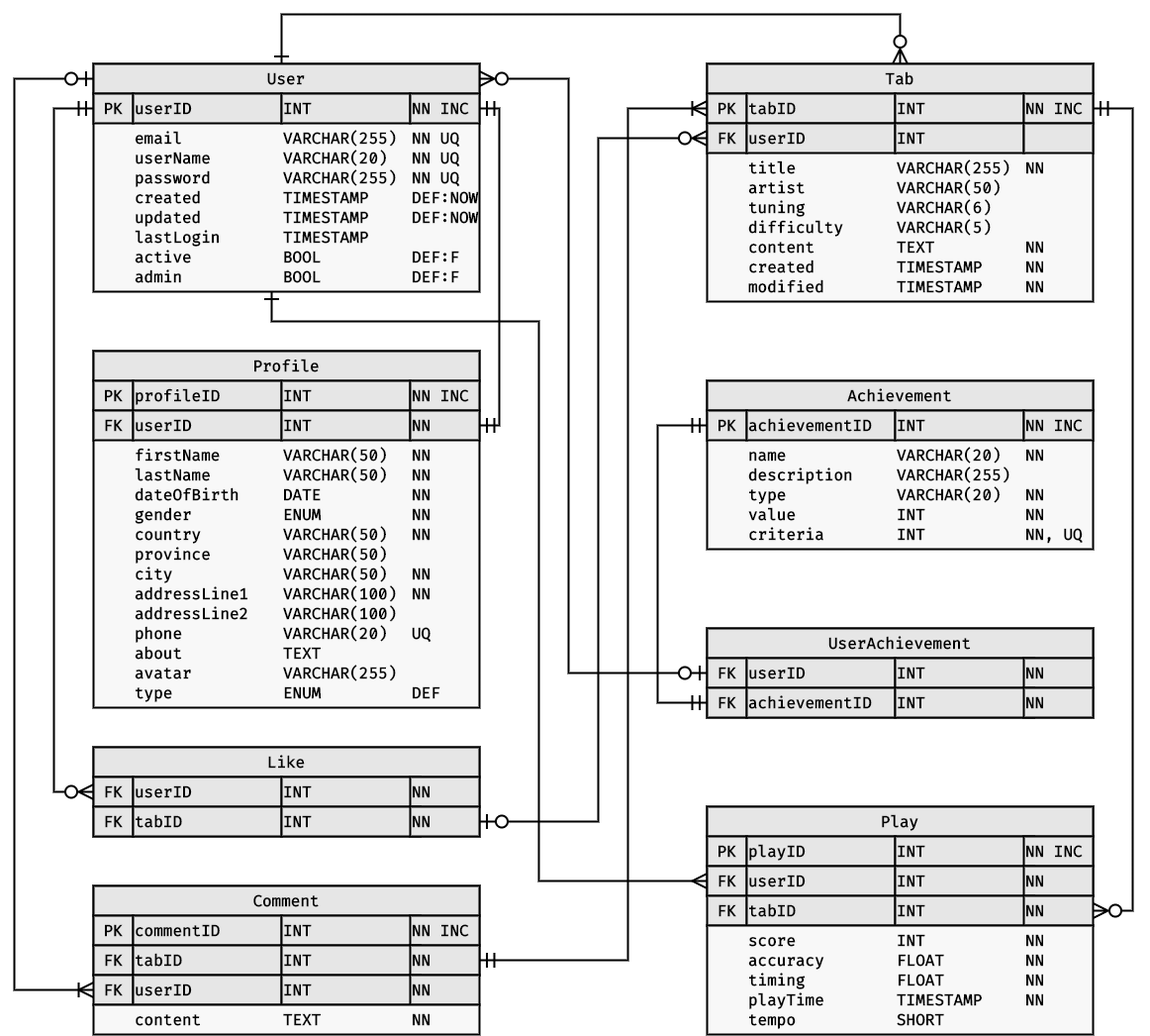
This is Images/Diagrams/ER.png from tschiboka/RiffMaster, a draw.io export, as it was before one commit. Source tidied: cells renumbered, new cells last; positions are measured from the earlier drawing's top-left corner, leaving out a move shared by most shapes.
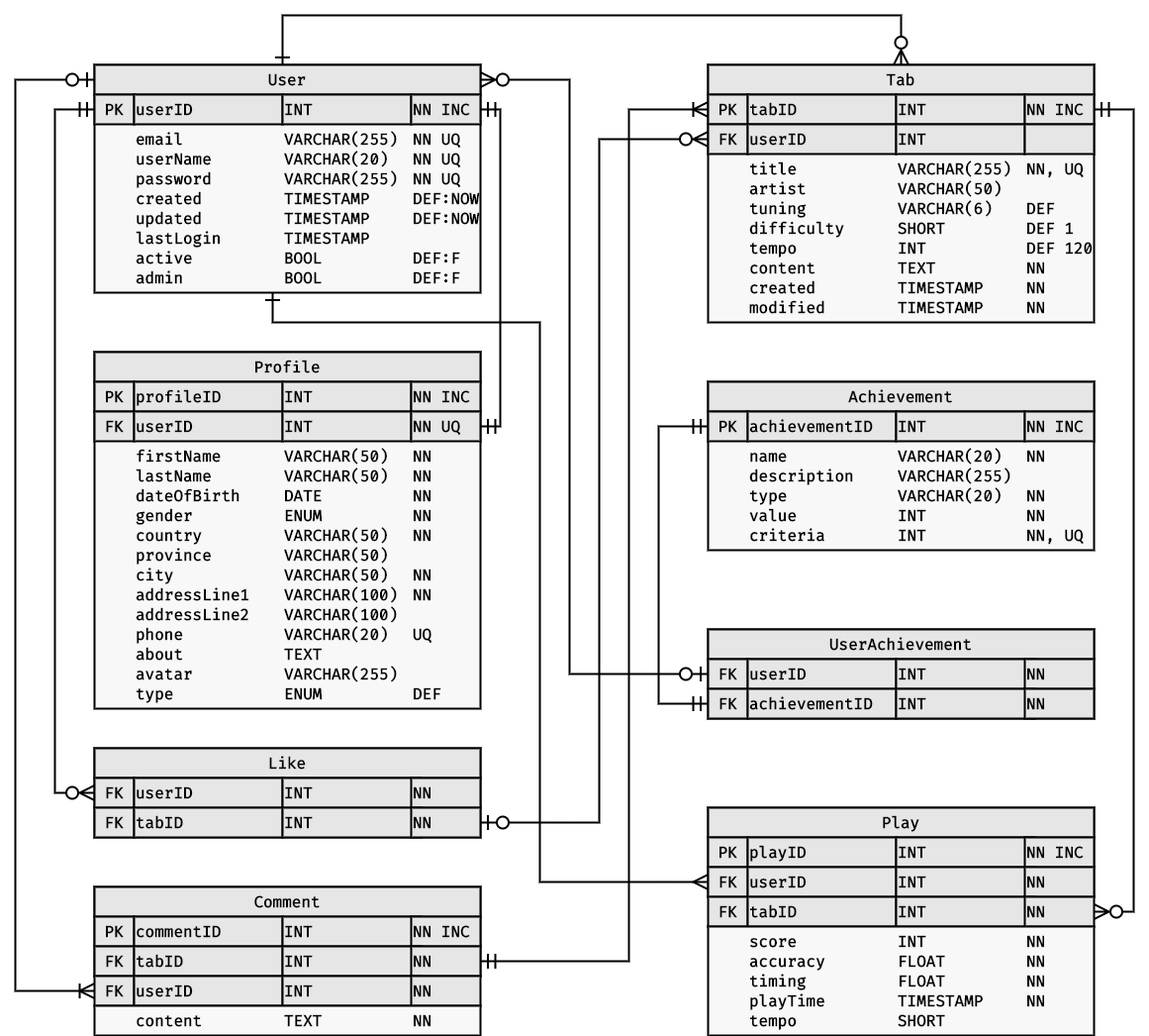
The same file after the commit.

What changed in the source:
```diff
@@ -159,7 +159,7 @@
     <mxCell id="45" value="INT" style="rounded=0;whiteSpace=wrap;html=1;fillColor=#E6E6E6;fontSize=16;fontFamily=Fira Code;fontSource=https%3A%2F%2Ffonts.googleapis.com%2Fcss%3Ffamily%3DFira%2BCode;fontStyle=1;strokeWidth=2;align=left;" parent="1" vertex="1">
       <mxGeometry x="270" y="400" width="130" height="30" as="geometry" />
     </mxCell>
-    <mxCell id="46" value="NN" style="rounded=0;whiteSpace=wrap;html=1;fillColor=#E6E6E6;fontSize=16;fontFamily=Fira Code;fontSource=https%3A%2F%2Ffonts.googleapis.com%2Fcss%3Ffamily%3DFira%2BCode;fontStyle=1;strokeWidth=2;align=left;" parent="1" vertex="1">
+    <mxCell id="46" value="NN UQ" style="rounded=0;whiteSpace=wrap;html=1;fillColor=#E6E6E6;fontSize=16;fontFamily=Fira Code;fontSource=https%3A%2F%2Ffonts.googleapis.com%2Fcss%3Ffamily%3DFira%2BCode;fontStyle=1;strokeWidth=2;align=left;" parent="1" vertex="1">
       <mxGeometry x="400" y="400" width="70" height="30" as="geometry" />
     </mxCell>
     <mxCell id="47" value="dateOfBirth" style="rounded=0;whiteSpace=wrap;html=1;fillColor=none;fontSize=16;fontFamily=Fira Code;fontSource=https%3A%2F%2Ffonts.googleapis.com%2Fcss%3Ffamily%3DFira%2BCode;fontStyle=1;strokeWidth=2;strokeColor=none;align=left;" parent="1" vertex="1">
@@ -238,7 +238,7 @@
       <mxGeometry x="400" y="610" width="70" height="30" as="geometry" />
     </mxCell>
     <mxCell id="72" style="rounded=0;whiteSpace=wrap;html=1;strokeWidth=2;fillColor=#f8f8f8;" parent="1" vertex="1">
-      <mxGeometry x="700" y="50" width="390" height="240" as="geometry" />
+      <mxGeometry x="700" y="50" width="390" height="260" as="geometry" />
     </mxCell>
     <mxCell id="73" value="Tab" style="rounded=0;whiteSpace=wrap;html=1;fillColor=#E6E6E6;fontSize=16;fontFamily=Fira Code;fontSource=https%3A%2F%2Ffonts.googleapis.com%2Fcss%3Ffamily%3DFira%2BCode;fontStyle=1;strokeWidth=2;" parent="1" vertex="1">
       <mxGeometry x="700" y="50" width="390" height="30" as="geometry" />
@@ -289,7 +289,7 @@
     <mxCell id="85" value="VARCHAR(255)" style="rounded=0;whiteSpace=wrap;html=1;fillColor=none;fontSize=16;fontFamily=Fira Code;fontSource=https%3A%2F%2Ffonts.googleapis.com%2Fcss%3Ffamily%3DFira%2BCode;fontStyle=1;strokeWidth=2;strokeColor=none;align=left;" parent="1" vertex="1">
       <mxGeometry x="890" y="140" width="130" height="30" as="geometry" />
     </mxCell>
-    <mxCell id="86" value="NN" style="rounded=0;whiteSpace=wrap;html=1;fillColor=none;fontSize=16;fontFamily=Fira Code;fontSource=https%3A%2F%2Ffonts.googleapis.com%2Fcss%3Ffamily%3DFira%2BCode;fontStyle=1;strokeWidth=2;strokeColor=none;align=left;" parent="1" vertex="1">
+    <mxCell id="86" value="NN, UQ" style="rounded=0;whiteSpace=wrap;html=1;fillColor=none;fontSize=16;fontFamily=Fira Code;fontSource=https%3A%2F%2Ffonts.googleapis.com%2Fcss%3Ffamily%3DFira%2BCode;fontStyle=1;strokeWidth=2;strokeColor=none;align=left;" parent="1" vertex="1">
       <mxGeometry x="1020" y="140" width="70" height="30" as="geometry" />
     </mxCell>
     <mxCell id="87" value="artist" style="rounded=0;whiteSpace=wrap;html=1;fillColor=none;fontSize=16;fontFamily=Fira Code;fontSource=https%3A%2F%2Ffonts.googleapis.com%2Fcss%3Ffamily%3DFira%2BCode;fontStyle=1;strokeWidth=2;strokeColor=none;align=left;" parent="1" vertex="1">
@@ -307,35 +307,35 @@
     <mxCell id="91" value="difficulty" style="rounded=0;whiteSpace=wrap;html=1;fillColor=none;fontSize=16;fontFamily=Fira Code;fontSource=https%3A%2F%2Ffonts.googleapis.com%2Fcss%3Ffamily%3DFira%2BCode;fontStyle=1;strokeWidth=2;strokeColor=none;align=left;" parent="1" vertex="1">
       <mxGeometry x="740" y="200" width="150" height="30" as="geometry" />
     </mxCell>
-    <mxCell id="92" value="VARCHAR(5)" style="rounded=0;whiteSpace=wrap;html=1;fillColor=none;fontSize=16;fontFamily=Fira Code;fontSource=https%3A%2F%2Ffonts.googleapis.com%2Fcss%3Ffamily%3DFira%2BCode;fontStyle=1;strokeWidth=2;strokeColor=none;align=left;" parent="1" vertex="1">
+    <mxCell id="92" value="SHORT" style="rounded=0;whiteSpace=wrap;html=1;fillColor=none;fontSize=16;fontFamily=Fira Code;fontSource=https%3A%2F%2Ffonts.googleapis.com%2Fcss%3Ffamily%3DFira%2BCode;fontStyle=1;strokeWidth=2;strokeColor=none;align=left;" parent="1" vertex="1">
       <mxGeometry x="890" y="200" width="130" height="30" as="geometry" />
     </mxCell>
     <mxCell id="93" value="content" style="rounded=0;whiteSpace=wrap;html=1;fillColor=none;fontSize=16;fontFamily=Fira Code;fontSource=https%3A%2F%2Ffonts.googleapis.com%2Fcss%3Ffamily%3DFira%2BCode;fontStyle=1;strokeWidth=2;strokeColor=none;align=left;" parent="1" vertex="1">
-      <mxGeometry x="740" y="220" width="150" height="30" as="geometry" />
+      <mxGeometry x="740" y="240" width="150" height="30" as="geometry" />
     </mxCell>
     <mxCell id="94" value="TEXT" style="rounded=0;whiteSpace=wrap;html=1;fillColor=none;fontSize=16;fontFamily=Fira Code;fontSource=https%3A%2F%2Ffonts.googleapis.com%2Fcss%3Ffamily%3DFira%2BCode;fontStyle=1;strokeWidth=2;strokeColor=none;align=left;" parent="1" vertex="1">
-      <mxGeometry x="890" y="220" width="130" height="30" as="geometry" />
+      <mxGeometry x="890" y="240" width="130" height="30" as="geometry" />
     </mxCell>
     <mxCell id="95" value="NN" style="rounded=0;whiteSpace=wrap;html=1;fillColor=none;fontSize=16;fontFamily=Fira Code;fontSource=https%3A%2F%2Ffonts.googleapis.com%2Fcss%3Ffamily%3DFira%2BCode;fontStyle=1;strokeWidth=2;strokeColor=none;align=left;" parent="1" vertex="1">
-      <mxGeometry x="1020" y="220" width="70" height="30" as="geometry" />
+      <mxGeometry x="1020" y="240" width="70" height="30" as="geometry" />
     </mxCell>
     <mxCell id="96" value="created" style="rounded=0;whiteSpace=wrap;html=1;fillColor=none;fontSize=16;fontFamily=Fira Code;fontSource=https%3A%2F%2Ffonts.googleapis.com%2Fcss%3Ffamily%3DFira%2BCode;fontStyle=1;strokeWidth=2;strokeColor=none;align=left;" parent="1" vertex="1">
-      <mxGeometry x="740" y="240" width="150" height="30" as="geometry" />
+      <mxGeometry x="740" y="260" width="150" height="30" as="geometry" />
     </mxCell>
     <mxCell id="97" value="TIMESTAMP" style="rounded=0;whiteSpace=wrap;html=1;fillColor=none;fontSize=16;fontFamily=Fira Code;fontSource=https%3A%2F%2Ffonts.googleapis.com%2Fcss%3Ffamily%3DFira%2BCode;fontStyle=1;strokeWidth=2;strokeColor=none;align=left;" parent="1" vertex="1">
-      <mxGeometry x="890" y="240" width="130" height="30" as="geometry" />
+      <mxGeometry x="890" y="260" width="130" height="30" as="geometry" />
     </mxCell>
     <mxCell id="98" value="NN" style="rounded=0;whiteSpace=wrap;html=1;fillColor=none;fontSize=16;fontFamily=Fira Code;fontSource=https%3A%2F%2Ffonts.googleapis.com%2Fcss%3Ffamily%3DFira%2BCode;fontStyle=1;strokeWidth=2;strokeColor=none;align=left;" parent="1" vertex="1">
-      <mxGeometry x="1020" y="240" width="70" height="30" as="geometry" />
+      <mxGeometry x="1020" y="260" width="70" height="30" as="geometry" />
     </mxCell>
     <mxCell id="99" value="modified" style="rounded=0;whiteSpace=wrap;html=1;fillColor=none;fontSize=16;fontFamily=Fira Code;fontSource=https%3A%2F%2Ffonts.googleapis.com%2Fcss%3Ffamily%3DFira%2BCode;fontStyle=1;strokeWidth=2;strokeColor=none;align=left;" parent="1" vertex="1">
-      <mxGeometry x="740" y="260" width="150" height="30" as="geometry" />
+      <mxGeometry x="740" y="280" width="150" height="30" as="geometry" />
     </mxCell>
     <mxCell id="100" value="TIMESTAMP" style="rounded=0;whiteSpace=wrap;html=1;fillColor=none;fontSize=16;fontFamily=Fira Code;fontSource=https%3A%2F%2Ffonts.googleapis.com%2Fcss%3Ffamily%3DFira%2BCode;fontStyle=1;strokeWidth=2;strokeColor=none;align=left;" parent="1" vertex="1">
-      <mxGeometry x="890" y="260" width="130" height="30" as="geometry" />
+      <mxGeometry x="890" y="280" width="130" height="30" as="geometry" />
     </mxCell>
     <mxCell id="101" value="NN" style="rounded=0;whiteSpace=wrap;html=1;fillColor=none;fontSize=16;fontFamily=Fira Code;fontSource=https%3A%2F%2Ffonts.googleapis.com%2Fcss%3Ffamily%3DFira%2BCode;fontStyle=1;strokeWidth=2;strokeColor=none;align=left;" parent="1" vertex="1">
-      <mxGeometry x="1020" y="260" width="70" height="30" as="geometry" />
+      <mxGeometry x="1020" y="280" width="70" height="30" as="geometry" />
     </mxCell>
     <mxCell id="102" style="rounded=0;whiteSpace=wrap;html=1;strokeWidth=2;fillColor=#f8f8f8;" parent="1" vertex="1">
       <mxGeometry x="700" y="370" width="390" height="170" as="geometry" />
@@ -651,5 +651,20 @@
     <mxCell id="200" value="DEF" style="rounded=0;whiteSpace=wrap;html=1;fillColor=none;fontSize=16;fontFamily=Fira Code;fontSource=https%3A%2F%2Ffonts.googleapis.com%2Fcss%3Ffamily%3DFira%2BCode;fontStyle=1;strokeWidth=2;strokeColor=none;align=left;" parent="1" vertex="1">
       <mxGeometry x="400" y="670" width="70" height="30" as="geometry" />
     </mxCell>
+    <mxCell id="201" value="DEF 1" style="rounded=0;whiteSpace=wrap;html=1;fillColor=none;fontSize=16;fontFamily=Fira Code;fontSource=https%3A%2F%2Ffonts.googleapis.com%2Fcss%3Ffamily%3DFira%2BCode;fontStyle=1;strokeWidth=2;strokeColor=none;align=left;" parent="1" vertex="1">
+      <mxGeometry x="1020" y="200" width="70" height="30" as="geometry" />
+    </mxCell>
+    <mxCell id="202" value="tempo" style="rounded=0;whiteSpace=wrap;html=1;fillColor=none;fontSize=16;fontFamily=Fira Code;fontSource=https%3A%2F%2Ffonts.googleapis.com%2Fcss%3Ffamily%3DFira%2BCode;fontStyle=1;strokeWidth=2;strokeColor=none;align=left;" parent="1" vertex="1">
+      <mxGeometry x="740" y="220" width="150" height="30" as="geometry" />
+    </mxCell>
+    <mxCell id="203" value="INT" style="rounded=0;whiteSpace=wrap;html=1;fillColor=none;fontSize=16;fontFamily=Fira Code;fontSource=https%3A%2F%2Ffonts.googleapis.com%2Fcss%3Ffamily%3DFira%2BCode;fontStyle=1;strokeWidth=2;strokeColor=none;align=left;" parent="1" vertex="1">
+      <mxGeometry x="890" y="220" width="130" height="30" as="geometry" />
+    </mxCell>
+    <mxCell id="204" value="DEF 120" style="rounded=0;whiteSpace=wrap;html=1;fillColor=none;fontSize=16;fontFamily=Fira Code;fontSource=https%3A%2F%2Ffonts.googleapis.com%2Fcss%3Ffamily%3DFira%2BCode;fontStyle=1;strokeWidth=2;strokeColor=none;align=left;" parent="1" vertex="1">
+      <mxGeometry x="1020" y="220" width="70" height="30" as="geometry" />
+    </mxCell>
+    <mxCell id="205" value="DEF" style="rounded=0;whiteSpace=wrap;html=1;fillColor=none;fontSize=16;fontFamily=Fira Code;fontSource=https%3A%2F%2Ffonts.googleapis.com%2Fcss%3Ffamily%3DFira%2BCode;fontStyle=1;strokeWidth=2;strokeColor=none;align=left;" parent="1" vertex="1">
+      <mxGeometry x="1020" y="180" width="70" height="30" as="geometry" />
+    </mxCell>
   </root>
 </mxGraphModel>
```
